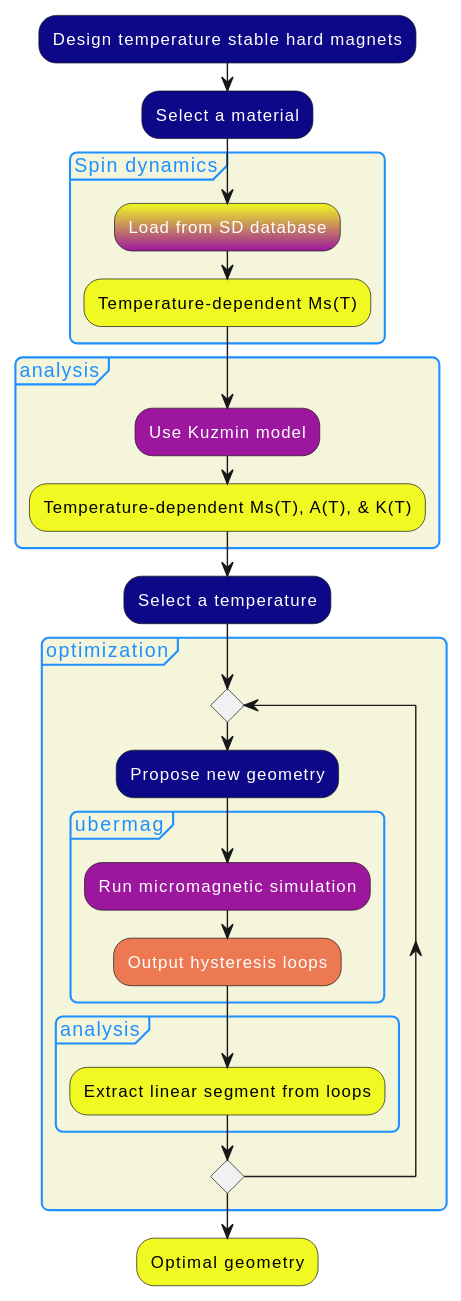
This is examples/images/sensor_workflow.svg from MaMMoS-project/mammos, a PlantUML export, as it was before one commit. Its diagram source:
```plantuml
@startuml
!theme MOCHADA-plasma from /home/sam/repos/mochada_kit/themes


:Design temperature stable hard magnets; <<user_case_input>>
:Select a material; <<user_case_input>>
group Spin dynamics <<group_single>>
  :Load from SD database; <<data_based_model>>
  :Temperature‐dependent Ms(T); <<processed_output>>
end group

group analysis <<group_single>>
  :Use Kuzmin model; <<model>>
  :Temperature‐dependent Ms(T), A(T), & K(T); <<processed_output>>
end group

:Select a temperature; <<user_case_input>>

group optimization <<group_single>>
repeat
    :Propose new geometry; <<user_case_input>>
    group ubermag <<group_single>>
      :Run micromagnetic simulation; <<model>>
      :Output hysteresis loops; <<raw_output>>
    end group

    group analysis <<group_single>>
      :Extract linear segment from loops; <<processed_output>>
    end group
repeat while
end group

:Optimal geometry; <<processed_output>>
@enduml
```
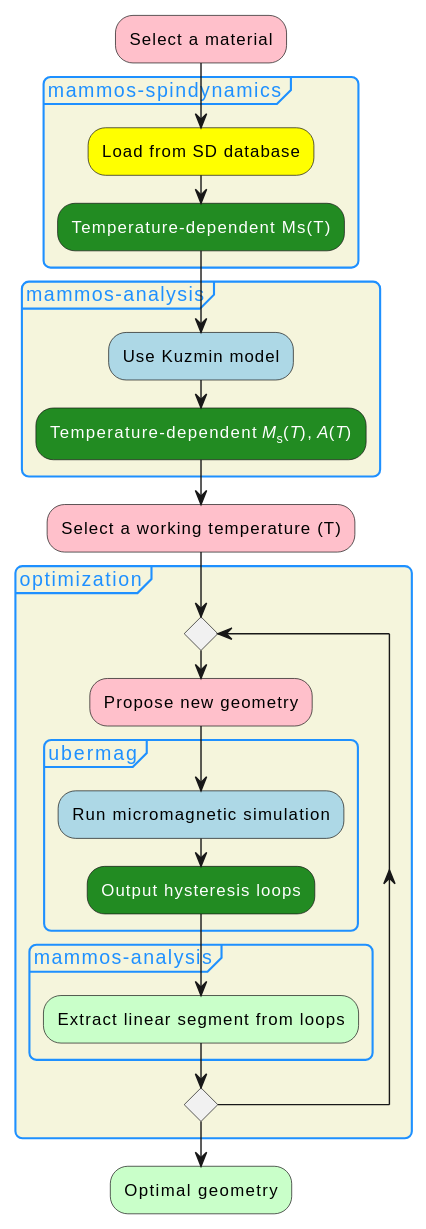
After the commit.

Commit message:
update moda diagrams

The edit, as a diff of the source:
```diff
@@ -1,20 +1,18 @@
 @startuml
-!theme MOCHADA-plasma from /home/sam/repos/mochada_kit/themes
+!theme MOCHADA-CWA from /home/sam/repos/mochada_kit/themes
 
-
-:Design temperature stable hard magnets; <<user_case_input>>
 :Select a material; <<user_case_input>>
-group Spin dynamics <<group_single>>
+group mammos-spindynamics <<group_single>>
   :Load from SD database; <<data_based_model>>
-  :Temperature‐dependent Ms(T); <<processed_output>>
+  :Temperature‐dependent Ms(T); <<raw_output>>
 end group
 
-group analysis <<group_single>>
+group mammos-analysis <<group_single>>
   :Use Kuzmin model; <<model>>
-  :Temperature‐dependent Ms(T), A(T), & K(T); <<processed_output>>
+  :Temperature‐dependent <i>M</i><sub>s</sub>(<i>T</i>), <i>A</i>(<i>T</i>); <<raw_output>>
 end group
 
-:Select a temperature; <<user_case_input>>
+:Select a working temperature (T); <<user_case_input>>
 
 group optimization <<group_single>>
 repeat
@@ -24,7 +22,7 @@
       :Output hysteresis loops; <<raw_output>>
     end group
 
-    group analysis <<group_single>>
+    group mammos-analysis <<group_single>>
       :Extract linear segment from loops; <<processed_output>>
     end group
 repeat while
```
